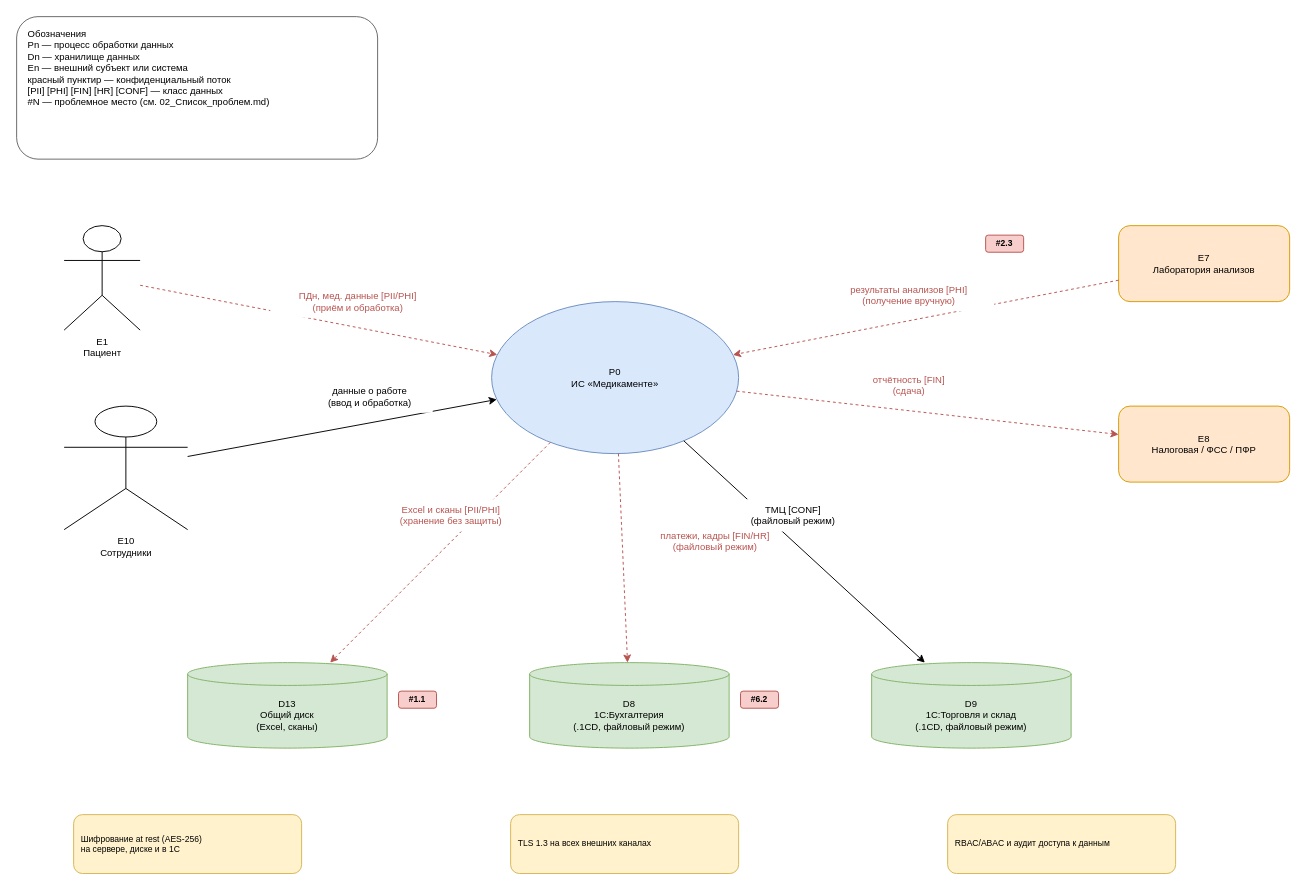
This is Task1/DFD_TO-BE/DFD_0_Контекст_TO-BE.drawio from IlyaLivingstone/architecture-medikamente, a draw.io file, before an edit. Source tidied: cells renumbered, new cells numbered last; positions are measured from the earlier drawing's top-left corner, leaving out a move shared by most shapes. Both pictures are drawn from the tidied source at 95%, with x=0, y=0 at pixel (16, 16).
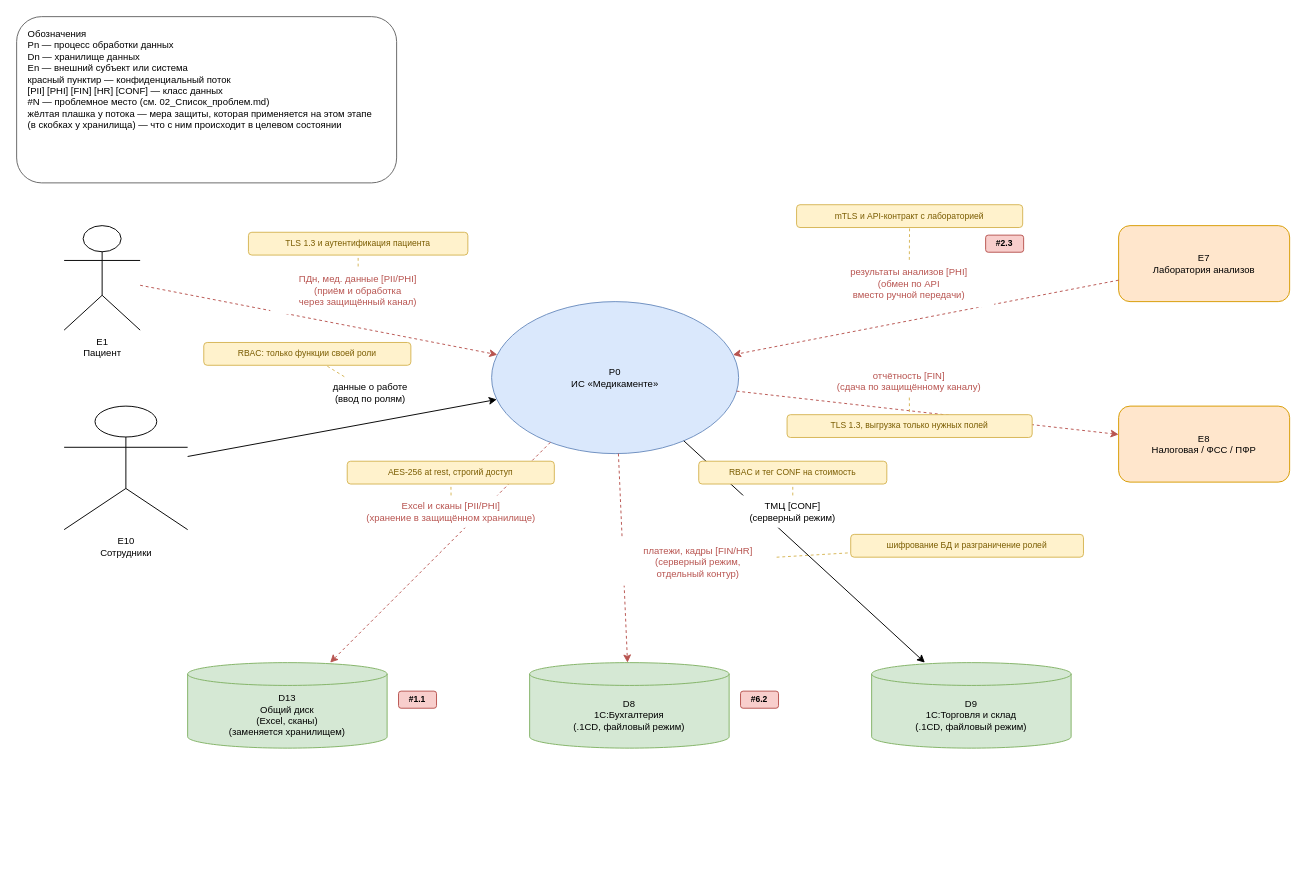
After the change.

Change to the diagram source:
```diff
@@
-    <mxCell id="7" value="D13&lt;br&gt;Общий диск&lt;br&gt;(Excel, сканы)" style="shape=cylinder3;whiteSpace=wrap;html=1;boundedLbl=1;backgroundOutline=1;size=12;fillColor=#d5e8d4;strokeColor=#82b366;fontSize=10;" parent="1" vertex="1">
+    <mxCell id="7" value="D13&lt;br&gt;Общий диск&lt;br&gt;(Excel, сканы)&lt;br&gt;(заменяется хранилищем)" style="shape=cylinder3;whiteSpace=wrap;html=1;boundedLbl=1;backgroundOutline=1;size=12;fillColor=#d5e8d4;strokeColor=#82b366;fontSize=10;" parent="1" vertex="1">
       <mxGeometry x="180" y="680" width="210" height="90" as="geometry" />
     </mxCell>
@@
-    <mxCell id="11" value="ПДн, мед. данные [PII/PHI]&lt;br&gt;(приём и обработка)" style="rounded=0;whiteSpace=wrap;html=1;align=center;verticalAlign=middle;fillColor=#ffffff;strokeColor=none;fontSize=10;fontColor=#b85450;" parent="1" vertex="1">
-      <mxGeometry x="267" y="283" width="185" height="34" as="geometry" />
+    <mxCell id="11" value="ПДн, мед. данные [PII/PHI]&lt;br&gt;(приём и обработка&lt;br&gt;через защищённый канал)" style="rounded=0;whiteSpace=wrap;html=1;align=center;verticalAlign=middle;fillColor=#ffffff;strokeColor=none;fontSize=10;fontColor=#b85450;" parent="1" vertex="1">
+      <mxGeometry x="267" y="263" width="185" height="50" as="geometry" />
     </mxCell>
+    <mxCell id="31" value="TLS 1.3 и аутентификация пациента" style="rounded=1;whiteSpace=wrap;html=1;fontSize=9;fillColor=#fff2cc;strokeColor=#d6b656;fontColor=#7a5c00;align=center;verticalAlign=middle;spacingLeft=4;spacingRight=4;" parent="1" vertex="1">
+      <mxGeometry x="244" y="227" width="231" height="24" as="geometry" />
+    </mxCell>
+    <mxCell id="32" style="html=1;endArrow=none;rounded=0;dashed=1;strokeColor=#d6b656;strokeWidth=1;" parent="1" edge="1" source="11" target="31">
+      <mxGeometry relative="1" as="geometry" />
+    </mxCell>
@@
-    <mxCell id="13" value="данные о работе&lt;br&gt;(ввод и обработка)" style="rounded=0;whiteSpace=wrap;html=1;align=center;verticalAlign=middle;fillColor=#ffffff;strokeColor=none;fontSize=10;" parent="1" vertex="1">
-      <mxGeometry x="306" y="383" width="132" height="34" as="geometry" />
+    <mxCell id="13" value="данные о работе&lt;br&gt;(ввод по ролям)" style="rounded=0;whiteSpace=wrap;html=1;align=center;verticalAlign=middle;fillColor=#ffffff;strokeColor=none;fontSize=10;" parent="1" vertex="1">
+      <mxGeometry x="316" y="379" width="113" height="34" as="geometry" />
     </mxCell>
+    <mxCell id="33" value="RBAC: только функции своей роли" style="rounded=1;whiteSpace=wrap;html=1;fontSize=9;fillColor=#fff2cc;strokeColor=#d6b656;fontColor=#7a5c00;align=center;verticalAlign=middle;spacingLeft=4;spacingRight=4;" parent="1" vertex="1">
+      <mxGeometry x="197" y="343" width="218" height="24" as="geometry" />
+    </mxCell>
+    <mxCell id="34" style="html=1;endArrow=none;rounded=0;dashed=1;strokeColor=#d6b656;strokeWidth=1;" parent="1" edge="1" source="13" target="33">
+      <mxGeometry relative="1" as="geometry" />
+    </mxCell>
@@
-    <mxCell id="15" value="результаты анализов [PHI]&lt;br&gt;(получение вручную)" style="rounded=0;whiteSpace=wrap;html=1;align=center;verticalAlign=middle;fillColor=#ffffff;strokeColor=none;fontSize=10;fontColor=#b85450;" parent="1" vertex="1">
-      <mxGeometry x="850" y="276" width="179" height="34" as="geometry" />
+    <mxCell id="15" value="результаты анализов [PHI]&lt;br&gt;(обмен по API&lt;br&gt;вместо ручной передачи)" style="rounded=0;whiteSpace=wrap;html=1;align=center;verticalAlign=middle;fillColor=#ffffff;strokeColor=none;fontSize=10;fontColor=#b85450;" parent="1" vertex="1">
+      <mxGeometry x="850" y="256" width="179" height="50" as="geometry" />
     </mxCell>
+    <mxCell id="35" value="mTLS и API-контракт с лабораторией" style="rounded=1;whiteSpace=wrap;html=1;fontSize=9;fillColor=#fff2cc;strokeColor=#d6b656;fontColor=#7a5c00;align=center;verticalAlign=middle;spacingLeft=4;spacingRight=4;" parent="1" vertex="1">
+      <mxGeometry x="821" y="198" width="238" height="24" as="geometry" />
+    </mxCell>
+    <mxCell id="36" style="html=1;endArrow=none;rounded=0;dashed=1;strokeColor=#d6b656;strokeWidth=1;" parent="1" edge="1" source="15" target="35">
+      <mxGeometry relative="1" as="geometry" />
+    </mxCell>
@@
-    <mxCell id="17" value="отчётность [FIN]&lt;br&gt;(сдача)" style="rounded=0;whiteSpace=wrap;html=1;align=center;verticalAlign=middle;fillColor=#ffffff;strokeColor=none;fontSize=10;fontColor=#b85450;" parent="1" vertex="1">
-      <mxGeometry x="880" y="371" width="119" height="34" as="geometry" />
+    <mxCell id="17" value="отчётность [FIN]&lt;br&gt;(сдача по защищённому каналу)" style="rounded=0;whiteSpace=wrap;html=1;align=center;verticalAlign=middle;fillColor=#ffffff;strokeColor=none;fontSize=10;fontColor=#b85450;" parent="1" vertex="1">
+      <mxGeometry x="837" y="367" width="205" height="34" as="geometry" />
     </mxCell>
+    <mxCell id="37" value="TLS 1.3, выгрузка только нужных полей" style="rounded=1;whiteSpace=wrap;html=1;fontSize=9;fillColor=#fff2cc;strokeColor=#d6b656;fontColor=#7a5c00;align=center;verticalAlign=middle;spacingLeft=4;spacingRight=4;" parent="1" vertex="1">
+      <mxGeometry x="811" y="419" width="258" height="24" as="geometry" />
+    </mxCell>
+    <mxCell id="38" style="html=1;endArrow=none;rounded=0;dashed=1;strokeColor=#d6b656;strokeWidth=1;" parent="1" edge="1" source="17" target="37">
+      <mxGeometry relative="1" as="geometry" />
+    </mxCell>
@@
-    <mxCell id="19" value="Excel и сканы [PII/PHI]&lt;br&gt;(хранение без защиты)" style="rounded=0;whiteSpace=wrap;html=1;align=center;verticalAlign=middle;fillColor=#ffffff;strokeColor=none;fontSize=10;fontColor=#b85450;" parent="1" vertex="1">
-      <mxGeometry x="375" y="508" width="165" height="34" as="geometry" />
+    <mxCell id="19" value="Excel и сканы [PII/PHI]&lt;br&gt;(хранение в защищённом хранилище)" style="rounded=0;whiteSpace=wrap;html=1;align=center;verticalAlign=middle;fillColor=#ffffff;strokeColor=none;fontSize=10;fontColor=#b85450;" parent="1" vertex="1">
+      <mxGeometry x="342" y="504" width="231" height="34" as="geometry" />
     </mxCell>
+    <mxCell id="39" value="AES-256 at rest, строгий доступ" style="rounded=1;whiteSpace=wrap;html=1;fontSize=9;fillColor=#fff2cc;strokeColor=#d6b656;fontColor=#7a5c00;align=center;verticalAlign=middle;spacingLeft=4;spacingRight=4;" parent="1" vertex="1">
+      <mxGeometry x="348" y="468" width="218" height="24" as="geometry" />
+    </mxCell>
+    <mxCell id="40" style="html=1;endArrow=none;rounded=0;dashed=1;strokeColor=#d6b656;strokeWidth=1;" parent="1" edge="1" source="19" target="39">
+      <mxGeometry relative="1" as="geometry" />
+    </mxCell>
@@
-    <mxCell id="21" value="платежи, кадры [FIN/HR]&lt;br&gt;(файловый режим)" style="rounded=0;whiteSpace=wrap;html=1;align=center;verticalAlign=middle;fillColor=#ffffff;strokeColor=none;fontSize=10;fontColor=#b85450;" parent="1" vertex="1">
-      <mxGeometry x="653" y="535" width="165" height="34" as="geometry" />
+    <mxCell id="21" value="платежи, кадры [FIN/HR]&lt;br&gt;(серверный режим,&lt;br&gt;отдельный контур)" style="rounded=0;whiteSpace=wrap;html=1;align=center;verticalAlign=middle;fillColor=#ffffff;strokeColor=none;fontSize=10;fontColor=#b85450;" parent="1" vertex="1">
+      <mxGeometry x="635" y="549" width="165" height="50" as="geometry" />
     </mxCell>
+    <mxCell id="41" value="шифрование БД и разграничение ролей" style="rounded=1;whiteSpace=wrap;html=1;fontSize=9;fillColor=#fff2cc;strokeColor=#d6b656;fontColor=#7a5c00;align=center;verticalAlign=middle;spacingLeft=4;spacingRight=4;" parent="1" vertex="1">
+      <mxGeometry x="878" y="545" width="245" height="24" as="geometry" />
+    </mxCell>
+    <mxCell id="42" style="html=1;endArrow=none;rounded=0;dashed=1;strokeColor=#d6b656;strokeWidth=1;" parent="1" edge="1" source="21" target="41">
+      <mxGeometry relative="1" as="geometry" />
+    </mxCell>
@@
-    <mxCell id="23" value="ТМЦ [CONF]&lt;br&gt;(файловый режим)" style="rounded=0;whiteSpace=wrap;html=1;align=center;verticalAlign=middle;fillColor=#ffffff;strokeColor=none;fontSize=10;" parent="1" vertex="1">
-      <mxGeometry x="758" y="508" width="119" height="34" as="geometry" />
+    <mxCell id="23" value="ТМЦ [CONF]&lt;br&gt;(серверный режим)" style="rounded=0;whiteSpace=wrap;html=1;align=center;verticalAlign=middle;fillColor=#ffffff;strokeColor=none;fontSize=10;" parent="1" vertex="1">
+      <mxGeometry x="754" y="504" width="126" height="34" as="geometry" />
     </mxCell>
+    <mxCell id="43" value="RBAC и тег CONF на стоимость" style="rounded=1;whiteSpace=wrap;html=1;fontSize=9;fillColor=#fff2cc;strokeColor=#d6b656;fontColor=#7a5c00;align=center;verticalAlign=middle;spacingLeft=4;spacingRight=4;" parent="1" vertex="1">
+      <mxGeometry x="718" y="468" width="198" height="24" as="geometry" />
+    </mxCell>
+    <mxCell id="44" style="html=1;endArrow=none;rounded=0;dashed=1;strokeColor=#d6b656;strokeWidth=1;" parent="1" edge="1" source="23" target="43">
+      <mxGeometry relative="1" as="geometry" />
+    </mxCell>
@@
-    <mxCell id="27" value="Шифрование at rest (AES-256)&lt;br&gt;на сервере, диске и в 1С" style="rounded=1;whiteSpace=wrap;html=1;fontSize=9;fillColor=#fff2cc;strokeColor=#d6b656;align=left;spacingLeft=6;" parent="1" vertex="1">
-      <mxGeometry x="60" y="840" width="240" height="62" as="geometry" />
-    </mxCell>
-    <mxCell id="28" value="TLS 1.3 на всех внешних каналах" style="rounded=1;whiteSpace=wrap;html=1;fontSize=9;fillColor=#fff2cc;strokeColor=#d6b656;align=left;spacingLeft=6;" parent="1" vertex="1">
-      <mxGeometry x="520" y="840" width="240" height="62" as="geometry" />
-    </mxCell>
-    <mxCell id="29" value="RBAC/ABAC и аудит доступа к данным" style="rounded=1;whiteSpace=wrap;html=1;fontSize=9;fillColor=#fff2cc;strokeColor=#d6b656;align=left;spacingLeft=6;" parent="1" vertex="1">
-      <mxGeometry x="980" y="840" width="240" height="62" as="geometry" />
-    </mxCell>
-    <mxCell id="30" value="Обозначения&lt;br&gt;Pn — процесс обработки данных&lt;br&gt;Dn — хранилище данных&lt;br&gt;En — внешний субъект или система&lt;br&gt;красный пунктир — конфиденциальный поток&lt;br&gt;[PII] [PHI] [FIN] [HR] [CONF] — класс данных&lt;br&gt;#N — проблемное место (см. 02_Список_проблем.md)" style="rounded=1;whiteSpace=wrap;html=1;fontSize=10;fillColor=#ffffff;strokeColor=#666666;align=left;verticalAlign=top;spacingLeft=10;spacingTop=6;" parent="1" vertex="1">
-      <mxGeometry width="380" height="150" as="geometry" />
+    <mxCell id="30" value="Обозначения&lt;br&gt;Pn — процесс обработки данных&lt;br&gt;Dn — хранилище данных&lt;br&gt;En — внешний субъект или система&lt;br&gt;красный пунктир — конфиденциальный поток&lt;br&gt;[PII] [PHI] [FIN] [HR] [CONF] — класс данных&lt;br&gt;#N — проблемное место (см. 02_Список_проблем.md)&lt;br&gt;жёлтая плашка у потока — мера защиты, которая применяется на этом этапе&lt;br&gt;(в скобках у хранилища) — что с ним происходит в целевом состоянии" style="rounded=1;whiteSpace=wrap;html=1;fontSize=10;fillColor=#ffffff;strokeColor=#666666;align=left;verticalAlign=top;spacingLeft=10;spacingTop=6;" parent="1" vertex="1">
+      <mxGeometry width="400" height="175" as="geometry" />
     </mxCell>
```
